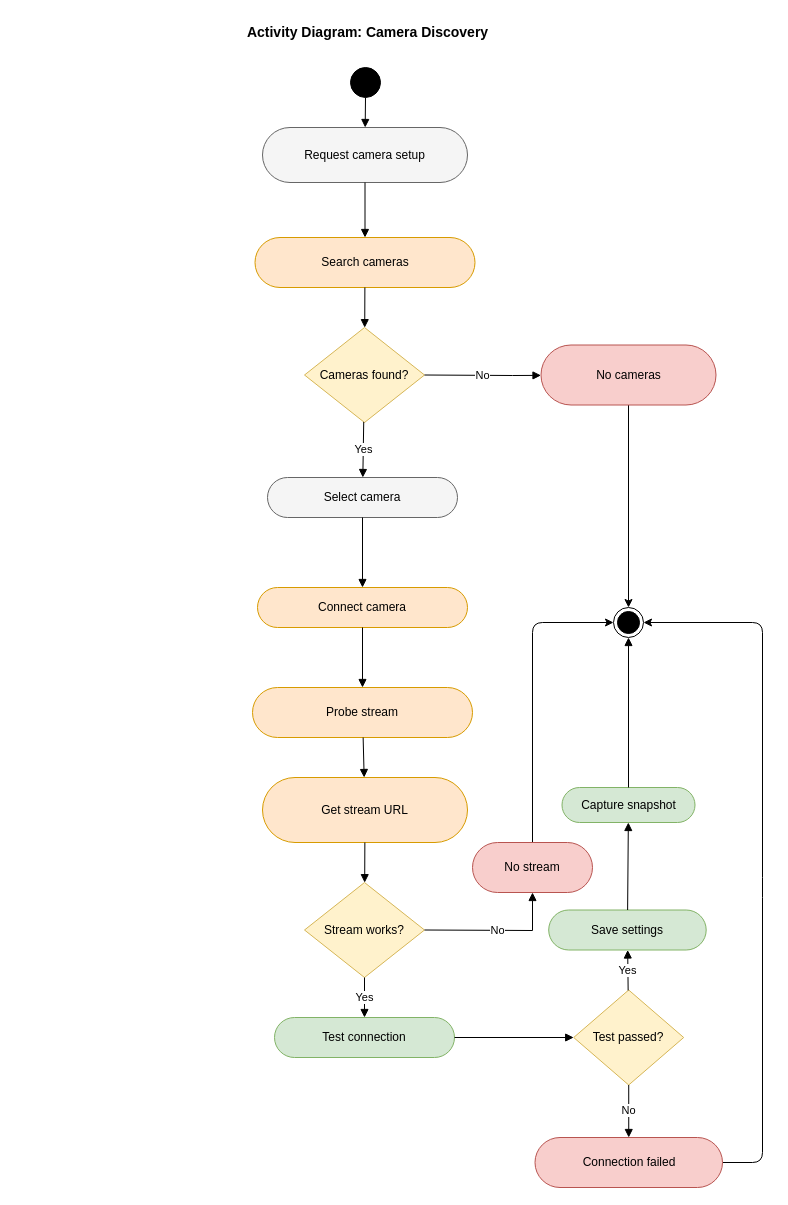
Before: report-latex/figures/drawio/chapter4_camera_discovery_activity.drawio in Salmen-BA21/Queue-Wait-Time-Estimation, a draw.io diagram. Source tidied: cells renumbered, new cells numbered last; positions are measured from the earlier drawing's top-left corner, leaving out a move shared by most shapes. Both pictures are drawn from the tidied source at 100%, with x=0, y=0 at pixel (17, 17).
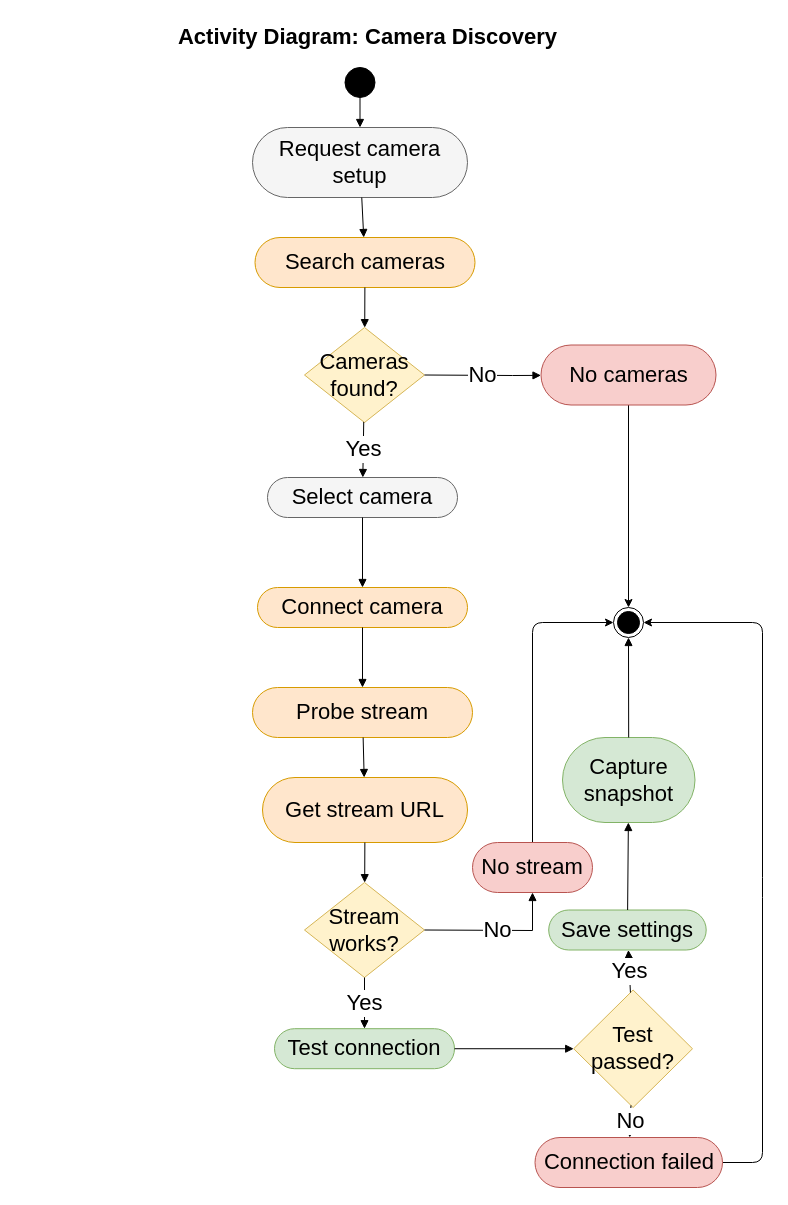
After the change.

Change to the diagram source:
```diff
@@
-    <mxCell id="2" value="Activity Diagram: Camera Discovery" style="text;fontSize=14;fontStyle=1;align=center;html=1;" parent="1" vertex="1">
+    <mxCell id="2" value="Activity Diagram: Camera Discovery" style="text;fontSize=22;fontStyle=1;align=center;html=1;" parent="1" vertex="1">
       <mxGeometry width="700" height="30" as="geometry" />
     </mxCell>
-    <mxCell id="3" style="ellipse;shape=doubleEllipse;fillColor=#000000;html=1;" parent="1" vertex="1">
-      <mxGeometry x="333" y="50" width="30" height="30" as="geometry" />
+    <mxCell id="3" style="ellipse;shape=doubleEllipse;fillColor=#000000;html=1;fontSize=22;" parent="1" vertex="1">
+      <mxGeometry x="327.5" y="50" width="30" height="30" as="geometry" />
     </mxCell>
-    <mxCell id="4" value="Request camera setup" style="rounded=1;arcSize=50;fillColor=#f5f5f5;strokeColor=#666666;html=1;whiteSpace=wrap;align=center;verticalAlign=middle;" parent="1" vertex="1">
-      <mxGeometry x="245" y="110" width="205" height="55" as="geometry" />
+    <mxCell id="4" value="Request camera setup" style="rounded=1;arcSize=50;fillColor=#f5f5f5;strokeColor=#666666;html=1;whiteSpace=wrap;align=center;verticalAlign=middle;fontSize=22;" parent="1" vertex="1">
+      <mxGeometry x="235" y="110" width="215" height="70" as="geometry" />
     </mxCell>
-    <mxCell id="5" value="Search cameras" style="rounded=1;arcSize=50;fillColor=#ffe6cc;strokeColor=#d79b00;html=1;whiteSpace=wrap;align=center;verticalAlign=middle;" parent="1" vertex="1">
+    <mxCell id="5" value="Search cameras" style="rounded=1;arcSize=50;fillColor=#ffe6cc;strokeColor=#d79b00;html=1;whiteSpace=wrap;align=center;verticalAlign=middle;fontSize=22;" parent="1" vertex="1">
       <mxGeometry x="237.5" y="220" width="220" height="50" as="geometry" />
     </mxCell>
-    <mxCell id="6" value="Cameras found?" style="rhombus;fillColor=#fff2cc;strokeColor=#d6b656;html=1;whiteSpace=wrap;align=center;verticalAlign=middle;" parent="1" vertex="1">
+    <mxCell id="6" value="Cameras found?" style="rhombus;fillColor=#fff2cc;strokeColor=#d6b656;html=1;whiteSpace=wrap;align=center;verticalAlign=middle;fontSize=22;" parent="1" vertex="1">
       <mxGeometry x="287" y="310" width="120" height="95" as="geometry" />
     </mxCell>
-    <mxCell id="7" style="edgeStyle=none;html=1;" parent="1" edge="1" source="8" target="38">
+    <mxCell id="7" style="edgeStyle=none;html=1;fontSize=22;" parent="1" edge="1" source="8" target="38">
       <mxGeometry relative="1" as="geometry" />
     </mxCell>
-    <mxCell id="8" value="No cameras" style="rounded=1;arcSize=50;fillColor=#f8cecc;strokeColor=#b85450;html=1;whiteSpace=wrap;align=center;verticalAlign=middle;" parent="1" vertex="1">
+    <mxCell id="8" value="No cameras" style="rounded=1;arcSize=50;fillColor=#f8cecc;strokeColor=#b85450;html=1;whiteSpace=wrap;align=center;verticalAlign=middle;fontSize=22;" parent="1" vertex="1">
       <mxGeometry x="523.5" y="327.5" width="175" height="60" as="geometry" />
     </mxCell>
-    <mxCell id="9" value="Select camera" style="rounded=1;arcSize=50;fillColor=#f5f5f5;strokeColor=#666666;html=1;whiteSpace=wrap;align=center;verticalAlign=middle;" parent="1" vertex="1">
+    <mxCell id="9" value="Select camera" style="rounded=1;arcSize=50;fillColor=#f5f5f5;strokeColor=#666666;html=1;whiteSpace=wrap;align=center;verticalAlign=middle;fontSize=22;" parent="1" vertex="1">
       <mxGeometry x="250" y="460" width="190" height="40" as="geometry" />
     </mxCell>
-    <mxCell id="10" value="Connect camera" style="rounded=1;arcSize=50;fillColor=#ffe6cc;strokeColor=#d79b00;html=1;whiteSpace=wrap;align=center;verticalAlign=middle;" parent="1" vertex="1">
+    <mxCell id="10" value="Connect camera" style="rounded=1;arcSize=50;fillColor=#ffe6cc;strokeColor=#d79b00;html=1;whiteSpace=wrap;align=center;verticalAlign=middle;fontSize=22;" parent="1" vertex="1">
       <mxGeometry x="240" y="570" width="210" height="40" as="geometry" />
     </mxCell>
-    <mxCell id="11" value="Probe stream" style="rounded=1;arcSize=50;fillColor=#ffe6cc;strokeColor=#d79b00;html=1;whiteSpace=wrap;align=center;verticalAlign=middle;" parent="1" vertex="1">
+    <mxCell id="11" value="Probe stream" style="rounded=1;arcSize=50;fillColor=#ffe6cc;strokeColor=#d79b00;html=1;whiteSpace=wrap;align=center;verticalAlign=middle;fontSize=22;" parent="1" vertex="1">
       <mxGeometry x="235" y="670" width="220" height="50" as="geometry" />
     </mxCell>
-    <mxCell id="12" value="Get stream URL" style="rounded=1;arcSize=50;fillColor=#ffe6cc;strokeColor=#d79b00;html=1;whiteSpace=wrap;align=center;verticalAlign=middle;" parent="1" vertex="1">
+    <mxCell id="12" value="Get stream URL" style="rounded=1;arcSize=50;fillColor=#ffe6cc;strokeColor=#d79b00;html=1;whiteSpace=wrap;align=center;verticalAlign=middle;fontSize=22;" parent="1" vertex="1">
       <mxGeometry x="245" y="760" width="205" height="65" as="geometry" />
     </mxCell>
-    <mxCell id="13" value="Stream works?" style="rhombus;fillColor=#fff2cc;strokeColor=#d6b656;html=1;whiteSpace=wrap;align=center;verticalAlign=middle;" parent="1" vertex="1">
+    <mxCell id="13" value="Stream works?" style="rhombus;fillColor=#fff2cc;strokeColor=#d6b656;html=1;whiteSpace=wrap;align=center;verticalAlign=middle;fontSize=22;" parent="1" vertex="1">
       <mxGeometry x="287" y="865" width="120" height="95" as="geometry" />
     </mxCell>
-    <mxCell id="14" style="edgeStyle=none;html=1;" parent="1" edge="1" source="15" target="38">
+    <mxCell id="14" style="edgeStyle=none;html=1;fontSize=22;" parent="1" edge="1" source="15" target="38">
       <mxGeometry relative="1" as="geometry">
         <Array as="points">
           <mxPoint x="515" y="605" />
         </Array>
       </mxGeometry>
     </mxCell>
-    <mxCell id="15" value="No stream" style="rounded=1;arcSize=50;fillColor=#f8cecc;strokeColor=#b85450;html=1;whiteSpace=wrap;align=center;verticalAlign=middle;" parent="1" vertex="1">
+    <mxCell id="15" value="No stream" style="rounded=1;arcSize=50;fillColor=#f8cecc;strokeColor=#b85450;html=1;whiteSpace=wrap;align=center;verticalAlign=middle;fontSize=22;" parent="1" vertex="1">
       <mxGeometry x="455" y="825" width="120" height="50" as="geometry" />
     </mxCell>
-    <mxCell id="16" value="Test connection" style="rounded=1;arcSize=50;fillColor=#d5e8d4;strokeColor=#82b366;html=1;whiteSpace=wrap;align=center;verticalAlign=middle;" parent="1" vertex="1">
-      <mxGeometry x="257" y="1000" width="180" height="40" as="geometry" />
+    <mxCell id="16" value="Test connection" style="rounded=1;arcSize=50;fillColor=#d5e8d4;strokeColor=#82b366;html=1;whiteSpace=wrap;align=center;verticalAlign=middle;fontSize=22;" parent="1" vertex="1">
+      <mxGeometry x="257" y="1011.2" width="180" height="40" as="geometry" />
     </mxCell>
-    <mxCell id="17" value="Test passed?" style="rhombus;fillColor=#fff2cc;strokeColor=#d6b656;html=1;whiteSpace=wrap;align=center;verticalAlign=middle;" parent="1" vertex="1">
-      <mxGeometry x="556.2" y="972.5" width="110" height="95" as="geometry" />
+    <mxCell id="17" value="Test passed?" style="rhombus;fillColor=#fff2cc;strokeColor=#d6b656;html=1;whiteSpace=wrap;align=center;verticalAlign=middle;fontSize=22;" parent="1" vertex="1">
+      <mxGeometry x="556.2" y="972.5" width="118.8" height="117.5" as="geometry" />
     </mxCell>
-    <mxCell id="18" value="Save settings" style="rounded=1;arcSize=50;fillColor=#d5e8d4;strokeColor=#82b366;html=1;whiteSpace=wrap;align=center;verticalAlign=middle;" parent="1" vertex="1">
+    <mxCell id="18" value="Save settings" style="rounded=1;arcSize=50;fillColor=#d5e8d4;strokeColor=#82b366;html=1;whiteSpace=wrap;align=center;verticalAlign=middle;fontSize=22;" parent="1" vertex="1">
       <mxGeometry x="531.2" y="892.5" width="157.5" height="40" as="geometry" />
     </mxCell>
-    <mxCell id="19" value="Capture snapshot" style="rounded=1;arcSize=50;fillColor=#d5e8d4;strokeColor=#82b366;html=1;whiteSpace=wrap;align=center;verticalAlign=middle;" parent="1" vertex="1">
-      <mxGeometry x="544.5" y="770" width="133" height="35" as="geometry" />
+    <mxCell id="19" value="Capture snapshot" style="rounded=1;arcSize=50;fillColor=#d5e8d4;strokeColor=#82b366;html=1;whiteSpace=wrap;align=center;verticalAlign=middle;fontSize=22;" parent="1" vertex="1">
+      <mxGeometry x="545" y="720" width="132.5" height="85" as="geometry" />
     </mxCell>
-    <mxCell id="20" style="edgeStyle=none;html=1;exitX=1;exitY=0.5;exitDx=0;exitDy=0;" parent="1" edge="1" source="21" target="38">
+    <mxCell id="20" style="edgeStyle=none;html=1;exitX=1;exitY=0.5;exitDx=0;exitDy=0;fontSize=22;" parent="1" edge="1" source="21" target="38">
       <mxGeometry relative="1" as="geometry">
         <Array as="points">
           <mxPoint x="745" y="1145" />
           <mxPoint x="745" y="870" />
           <mxPoint x="745" y="605" />
         </Array>
       </mxGeometry>
     </mxCell>
-    <mxCell id="21" value="Connection failed" style="rounded=1;arcSize=50;fillColor=#f8cecc;strokeColor=#b85450;html=1;whiteSpace=wrap;align=center;verticalAlign=middle;" parent="1" vertex="1">
+    <mxCell id="21" value="Connection failed" style="rounded=1;arcSize=50;fillColor=#f8cecc;strokeColor=#b85450;html=1;whiteSpace=wrap;align=center;verticalAlign=middle;fontSize=22;" parent="1" vertex="1">
       <mxGeometry x="517.5" y="1120" width="187.5" height="50" as="geometry" />
     </mxCell>
-    <mxCell id="22" style="html=1;endArrow=block;rounded=0;" parent="1" edge="1" source="3" target="4">
+    <mxCell id="22" style="html=1;endArrow=block;rounded=0;fontSize=22;" parent="1" edge="1" source="3" target="4">
       <mxGeometry relative="1" as="geometry" />
     </mxCell>
-    <mxCell id="23" style="html=1;endArrow=block;rounded=0;" parent="1" edge="1" source="4" target="5">
+    <mxCell id="23" style="html=1;endArrow=block;rounded=0;fontSize=22;" parent="1" edge="1" source="4" target="5">
       <mxGeometry relative="1" as="geometry" />
     </mxCell>
-    <mxCell id="24" style="html=1;endArrow=block;rounded=0;" parent="1" edge="1" source="5" target="6">
+    <mxCell id="24" style="html=1;endArrow=block;rounded=0;fontSize=22;" parent="1" edge="1" source="5" target="6">
       <mxGeometry relative="1" as="geometry" />
     </mxCell>
-    <mxCell id="25" value="No" style="html=1;endArrow=block;rounded=0;exitX=1;exitY=0.5;exitDx=0;exitDy=0;" parent="1" edge="1" source="6" target="8">
+    <mxCell id="25" value="No" style="html=1;endArrow=block;rounded=0;exitX=1;exitY=0.5;exitDx=0;exitDy=0;fontSize=22;" parent="1" edge="1" source="6" target="8">
       <mxGeometry relative="1" as="geometry">
         <Array as="points">
           <mxPoint x="495" y="358" />
         </Array>
       </mxGeometry>
     </mxCell>
-    <mxCell id="26" value="Yes" style="html=1;endArrow=block;rounded=0;" parent="1" edge="1" source="6" target="9">
+    <mxCell id="26" value="Yes" style="html=1;endArrow=block;rounded=0;fontSize=22;" parent="1" edge="1" source="6" target="9">
       <mxGeometry relative="1" as="geometry" />
     </mxCell>
-    <mxCell id="27" style="html=1;endArrow=block;rounded=0;" parent="1" edge="1" source="9" target="10">
+    <mxCell id="27" style="html=1;endArrow=block;rounded=0;fontSize=22;" parent="1" edge="1" source="9" target="10">
       <mxGeometry relative="1" as="geometry" />
     </mxCell>
-    <mxCell id="28" style="html=1;endArrow=block;rounded=0;" parent="1" edge="1" source="10" target="11">
+    <mxCell id="28" style="html=1;endArrow=block;rounded=0;fontSize=22;" parent="1" edge="1" source="10" target="11">
       <mxGeometry relative="1" as="geometry" />
     </mxCell>
-    <mxCell id="29" style="html=1;endArrow=block;rounded=0;" parent="1" edge="1" source="11" target="12">
+    <mxCell id="29" style="html=1;endArrow=block;rounded=0;fontSize=22;" parent="1" edge="1" source="11" target="12">
       <mxGeometry relative="1" as="geometry" />
     </mxCell>
-    <mxCell id="30" style="html=1;endArrow=block;rounded=0;" parent="1" edge="1" source="12" target="13">
+    <mxCell id="30" style="html=1;endArrow=block;rounded=0;fontSize=22;" parent="1" edge="1" source="12" target="13">
       <mxGeometry relative="1" as="geometry" />
     </mxCell>
-    <mxCell id="31" value="No" style="html=1;endArrow=block;rounded=0;exitX=1;exitY=0.5;exitDx=0;exitDy=0;entryX=0.5;entryY=1;entryDx=0;entryDy=0;" parent="1" edge="1" source="13" target="15">
+    <mxCell id="31" value="No" style="html=1;endArrow=block;rounded=0;exitX=1;exitY=0.5;exitDx=0;exitDy=0;entryX=0.5;entryY=1;entryDx=0;entryDy=0;fontSize=22;" parent="1" edge="1" source="13" target="15">
       <mxGeometry relative="1" as="geometry">
         <Array as="points">
           <mxPoint x="515" y="913" />
         </Array>
       </mxGeometry>
     </mxCell>
-    <mxCell id="32" value="Yes" style="html=1;endArrow=block;rounded=0;" parent="1" edge="1" source="13" target="16">
+    <mxCell id="32" value="Yes" style="html=1;endArrow=block;rounded=0;fontSize=22;" parent="1" edge="1" source="13" target="16">
       <mxGeometry relative="1" as="geometry" />
     </mxCell>
-    <mxCell id="33" style="html=1;endArrow=block;rounded=0;" parent="1" edge="1" source="16" target="17">
+    <mxCell id="33" style="html=1;endArrow=block;rounded=0;fontSize=22;" parent="1" edge="1" source="16" target="17">
       <mxGeometry relative="1" as="geometry" />
     </mxCell>
-    <mxCell id="34" value="Yes" style="html=1;endArrow=block;rounded=0;" parent="1" edge="1" source="17" target="18">
+    <mxCell id="34" value="Yes" style="html=1;endArrow=block;rounded=0;fontSize=22;" parent="1" edge="1" source="17" target="18">
       <mxGeometry relative="1" as="geometry" />
     </mxCell>
-    <mxCell id="35" value="No" style="html=1;endArrow=block;rounded=0;" parent="1" edge="1" source="17" target="21">
+    <mxCell id="35" value="No" style="html=1;endArrow=block;rounded=0;fontSize=22;" parent="1" edge="1" source="17" target="21">
       <mxGeometry relative="1" as="geometry" />
     </mxCell>
-    <mxCell id="36" style="html=1;endArrow=block;rounded=0;" parent="1" edge="1" source="18" target="19">
+    <mxCell id="36" style="html=1;endArrow=block;rounded=0;fontSize=22;" parent="1" edge="1" source="18" target="19">
       <mxGeometry relative="1" as="geometry" />
     </mxCell>
-    <mxCell id="37" style="html=1;endArrow=block;rounded=0;" parent="1" edge="1" source="19" target="38">
+    <mxCell id="37" style="html=1;endArrow=block;rounded=0;fontSize=22;" parent="1" edge="1" source="19" target="38">
       <mxGeometry relative="1" as="geometry" />
     </mxCell>
-    <mxCell id="38" style="ellipse;html=1;shape=endState;fillColor=strokeColor;" parent="1" vertex="1">
+    <mxCell id="38" style="ellipse;html=1;shape=endState;fillColor=strokeColor;fontSize=22;" parent="1" vertex="1">
       <mxGeometry x="596" y="590" width="30" height="30" as="geometry" />
     </mxCell>
```
